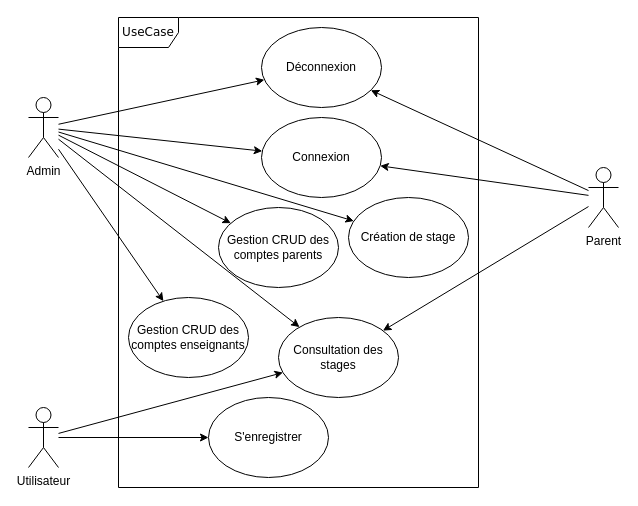
Earlier version of the draw.io diagram Documentation/UseCase_Scenarios/UseCase.drawio (AmosLeCoq/TPI). Source tidied: cells renumbered, new cells numbered last; positions are measured from the earlier drawing's top-left corner, leaving out a move shared by most shapes. Both pictures are drawn from the tidied source at 100%, with x=0, y=0 at pixel (28, 17).
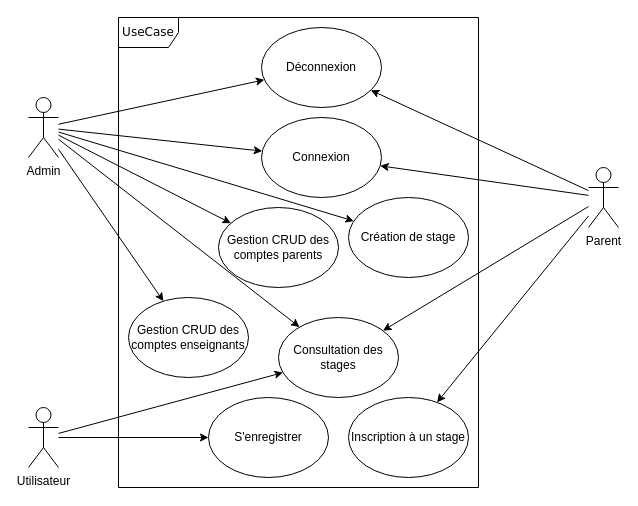
The same diagram, later.

Commit message (it also covers changes not shown here):
modify_UseCase-Scenarios

The change refers to these unchanged cells:
```xml
<mxCell id="11" value="Parent" style="shape=umlActor;verticalLabelPosition=bottom;verticalAlign=top;html=1;outlineConnect=0;" parent="1" vertex="1">
  <mxGeometry x="560" y="150" width="30" height="60" as="geometry" />
</mxCell>
```

Diff of the diagram source:
```diff
@@
+    <mxCell id="24" value="Inscription à un stage" style="ellipse;whiteSpace=wrap;html=1;" parent="1" vertex="1">
+      <mxGeometry x="320" y="380" width="120" height="80" as="geometry" />
+    </mxCell>
+    <mxCell id="25" style="endArrow=classic;html=1;rounded=0;" parent="1" edge="1" source="11" target="24">
+      <mxGeometry relative="1" as="geometry" />
+    </mxCell>
```
